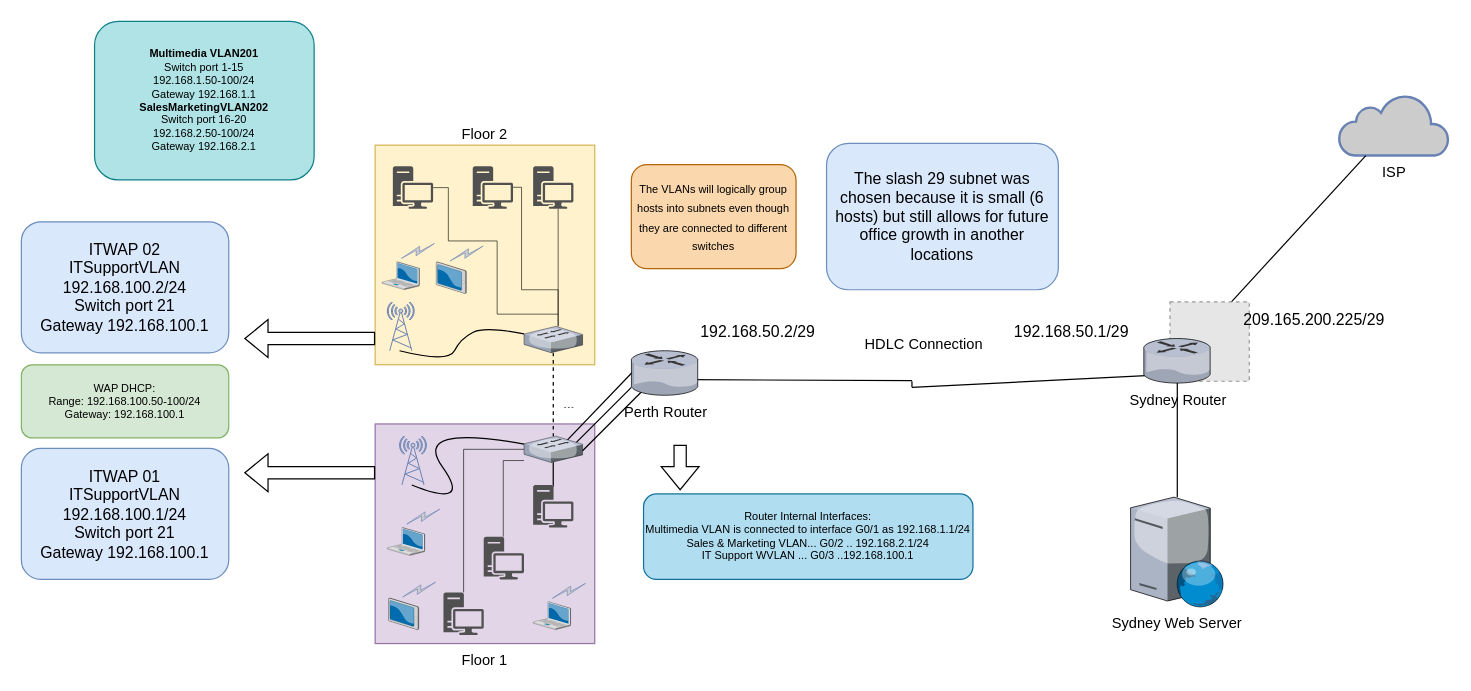
Earlier version of the draw.io diagram Case Study Diagram v1.drawio (TechWiz-3/Network-Diagrams). Source tidied: cells renumbered, new cells numbered last; positions are measured from the earlier drawing's top-left corner, leaving out a move shared by most shapes. Both pictures are drawn from the tidied source at 122%, with x=0, y=0 at pixel (21, 21). Pictures stored in the file or linked from it are replaced by grey dashed boxes.
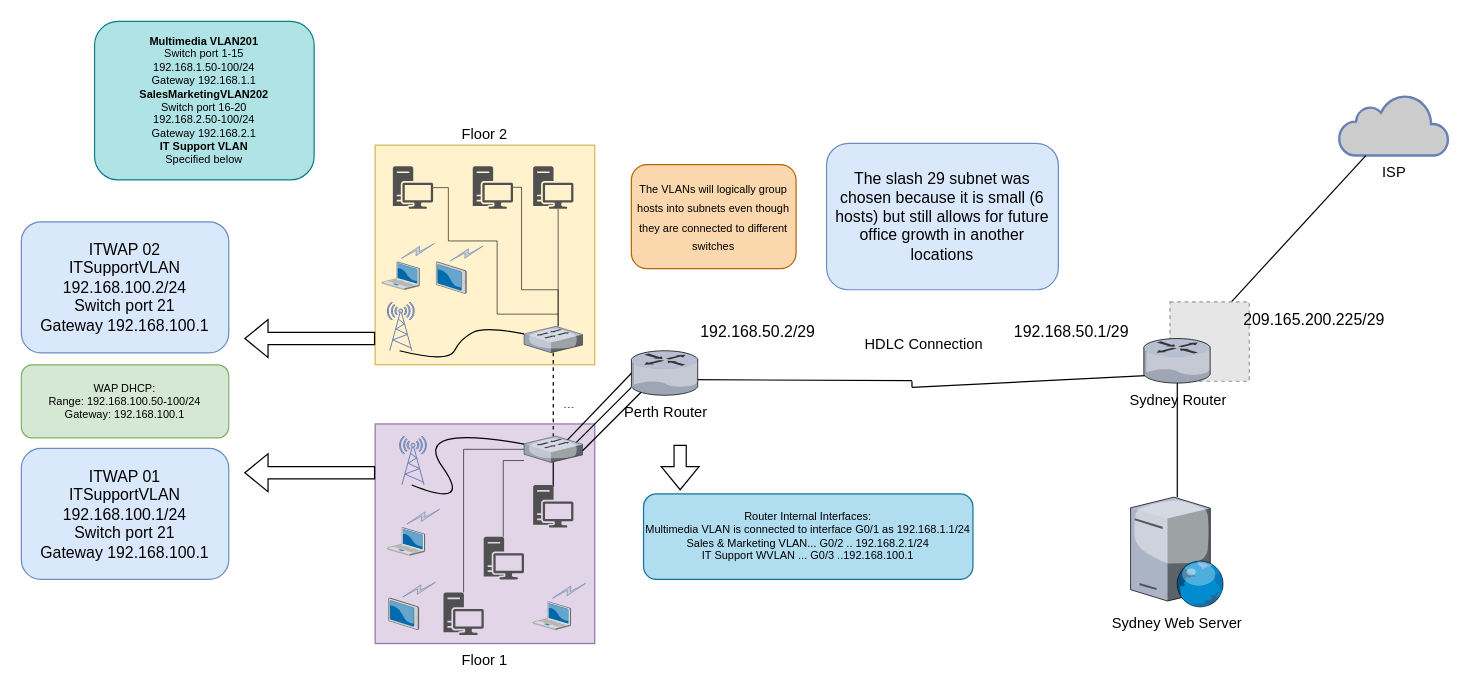
Above is the later version.

Commit message:
👌 IMPROVE: labelling

Change to the diagram source:
```diff
@@
-    <mxCell id="62" value="&lt;div&gt;&lt;b&gt;Multimedia VLAN201&lt;/b&gt;&lt;/div&gt;&lt;div&gt;Switch port 1-15&lt;/div&gt;&lt;div&gt;192.168.1.50-100/24&lt;/div&gt;&lt;div&gt;Gateway 192.168.1.1&lt;br&gt;&lt;/div&gt;&lt;div&gt;&lt;b&gt;SalesMarketingVLAN202&lt;/b&gt;&lt;/div&gt;&lt;div&gt;Switch port 16-20&lt;br&gt;&lt;/div&gt;&lt;div&gt;192.168.2.50-100/24&lt;/div&gt;&lt;div&gt;Gateway 192.168.2.1&lt;br&gt;&lt;/div&gt;" style="rounded=1;whiteSpace=wrap;html=1;shadow=0;glass=0;sketch=0;fontSize=9;strokeColor=#0e8088;fillColor=#b0e3e6;" parent="1" vertex="1">
+    <mxCell id="62" value="&lt;div&gt;&lt;b&gt;Multimedia VLAN201&lt;/b&gt;&lt;/div&gt;&lt;div&gt;Switch port 1-15&lt;/div&gt;&lt;div&gt;192.168.1.50-100/24&lt;/div&gt;&lt;div&gt;Gateway 192.168.1.1&lt;br&gt;&lt;/div&gt;&lt;div&gt;&lt;b&gt;SalesMarketingVLAN202&lt;/b&gt;&lt;/div&gt;&lt;div&gt;Switch port 16-20&lt;br&gt;&lt;/div&gt;&lt;div&gt;192.168.2.50-100/24&lt;/div&gt;&lt;div&gt;Gateway 192.168.2.1&lt;/div&gt;&lt;div&gt;&lt;b&gt;IT Support VLAN&lt;/b&gt;&lt;/div&gt;&lt;div&gt;Specified below&lt;br&gt;&lt;/div&gt;" style="rounded=1;whiteSpace=wrap;html=1;shadow=0;glass=0;sketch=0;fontSize=9;strokeColor=#0e8088;fillColor=#b0e3e6;" parent="1" vertex="1">
       <mxGeometry x="60" width="180" height="130" as="geometry" />
     </mxCell>
```
